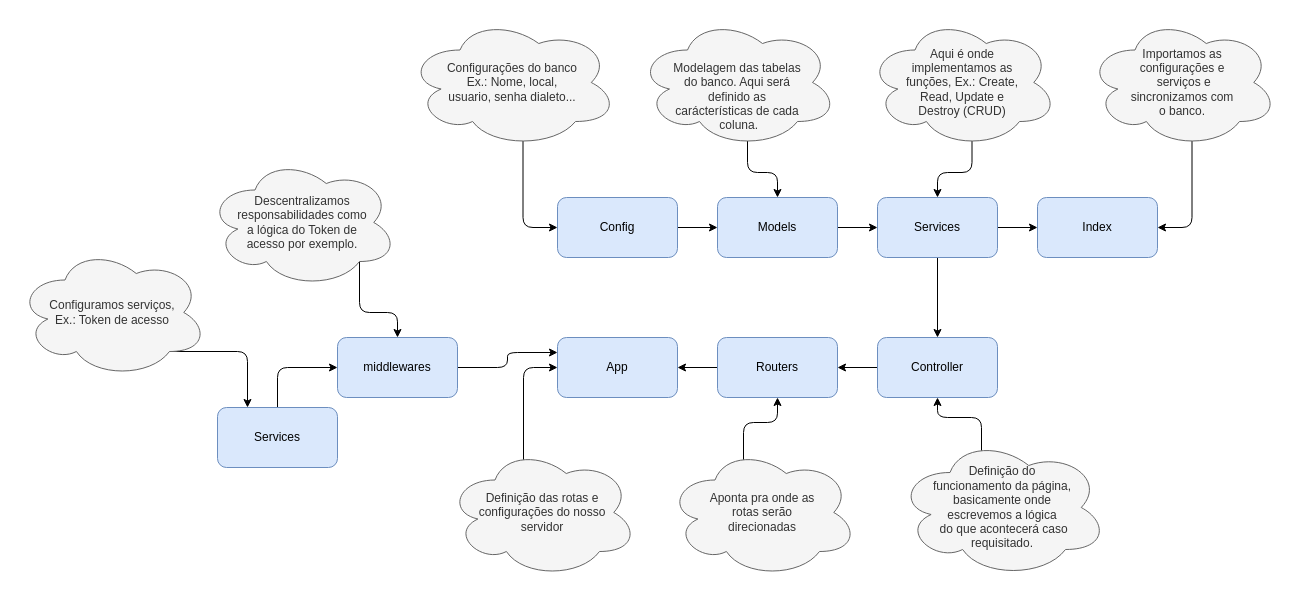
Before: Banco-de-Dados/Cópia do Desenho Database x Api.drawio.drawio in souzafilhoisac/Digital-House, a draw.io diagram. Source tidied: cells renumbered, new cells numbered last; positions are measured from the earlier drawing's top-left corner, leaving out a move shared by most shapes. Both pictures are drawn from the tidied source at 100%, with x=0, y=0 at pixel (17, 17).
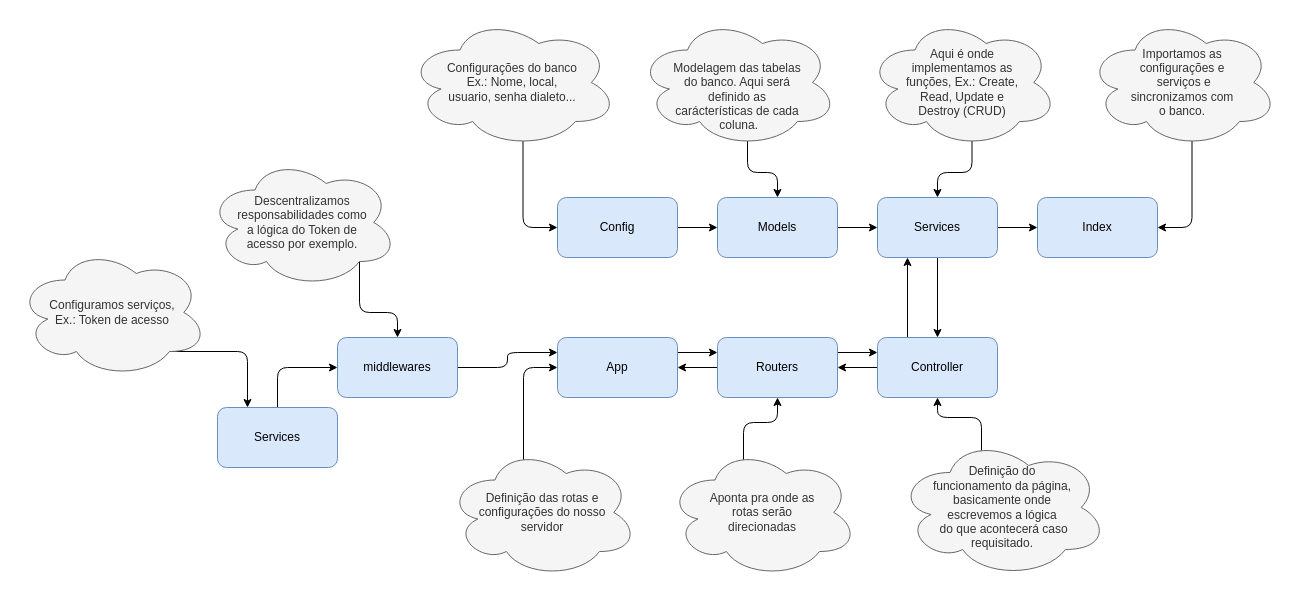
The same page after the edit.

The change refers to these unchanged cells:
```xml
<mxCell id="8" value="Services" style="rounded=1;whiteSpace=wrap;html=1;fillColor=#dae8fc;strokeColor=#6c8ebf;" parent="1" vertex="1">
  <mxGeometry x="860" y="180" width="120" height="60" as="geometry" />
</mxCell>
<mxCell id="10" value="App" style="rounded=1;whiteSpace=wrap;html=1;fillColor=#dae8fc;strokeColor=#6c8ebf;" parent="1" vertex="1">
  <mxGeometry x="540" y="320" width="120" height="60" as="geometry" />
</mxCell>
<mxCell id="12" value="Routers" style="rounded=1;whiteSpace=wrap;html=1;fillColor=#dae8fc;strokeColor=#6c8ebf;" parent="1" vertex="1">
  <mxGeometry x="700" y="320" width="120" height="60" as="geometry" />
</mxCell>
<mxCell id="14" value="Controller" style="rounded=1;whiteSpace=wrap;html=1;fillColor=#dae8fc;strokeColor=#6c8ebf;" parent="1" vertex="1">
  <mxGeometry x="860" y="320" width="120" height="60" as="geometry" />
</mxCell>
```

Diff of the diagram source:
```diff
@@
+    <mxCell id="37" style="edgeStyle=orthogonalEdgeStyle;rounded=0;jettySize=auto;html=1;exitX=1;exitY=0.25;exitDx=0;exitDy=0;entryX=0;entryY=0.25;entryDx=0;entryDy=0;" parent="1" edge="1" source="10" target="12">
+      <mxGeometry relative="1" as="geometry" />
+    </mxCell>
@@
+    <mxCell id="38" style="edgeStyle=orthogonalEdgeStyle;rounded=0;jettySize=auto;html=1;exitX=1;exitY=0.25;exitDx=0;exitDy=0;entryX=0;entryY=0.25;entryDx=0;entryDy=0;" parent="1" edge="1" source="12" target="14">
+      <mxGeometry relative="1" as="geometry" />
+    </mxCell>
@@
+    <mxCell id="39" style="edgeStyle=orthogonalEdgeStyle;rounded=0;jettySize=auto;html=1;exitX=0.25;exitY=0;exitDx=0;exitDy=0;entryX=0.25;entryY=1;entryDx=0;entryDy=0;" parent="1" edge="1" source="14" target="8">
+      <mxGeometry relative="1" as="geometry" />
+    </mxCell>
```
